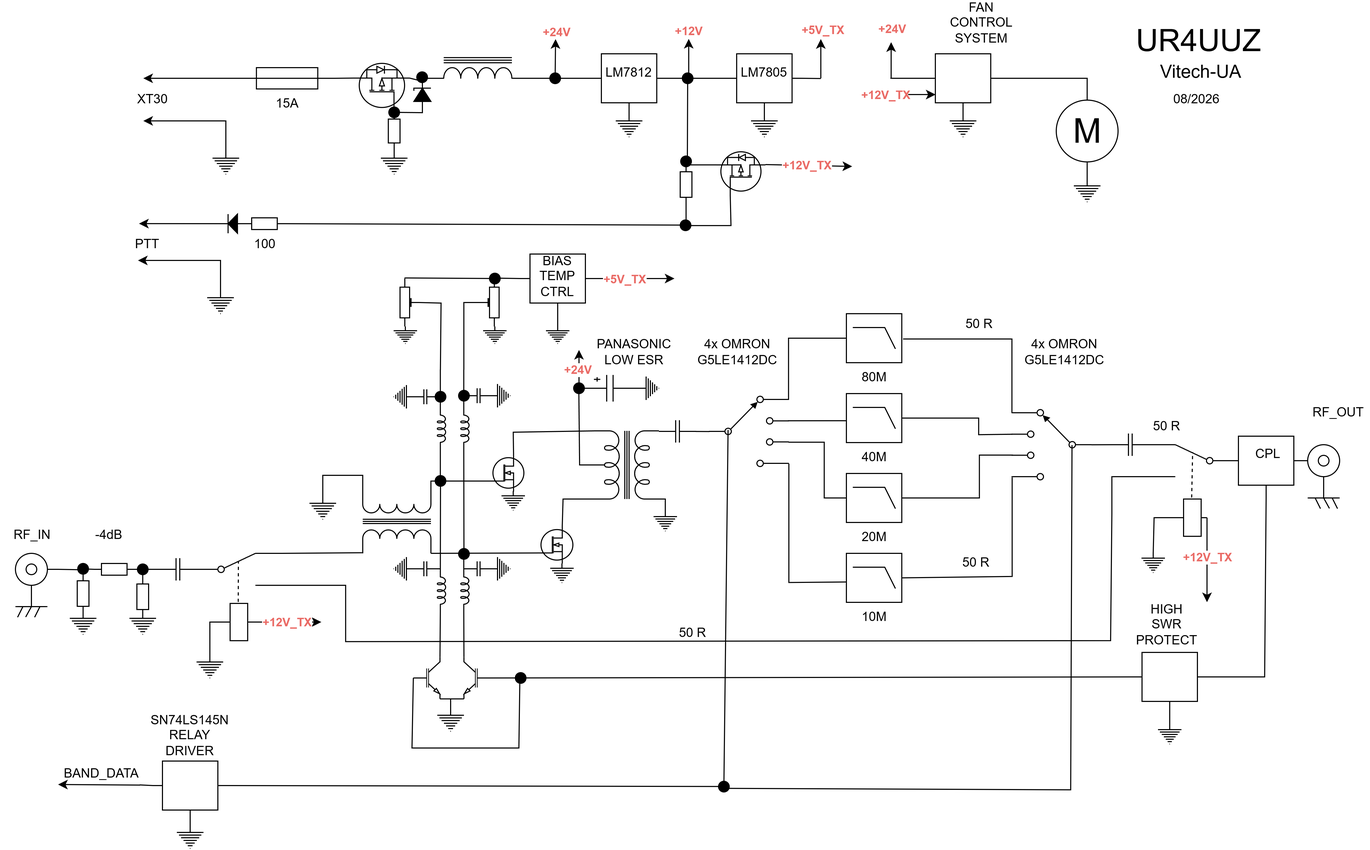
Vitech-UA/RF_AMPLIFIER_3..30MHz_MRF186 keeps this draw.io diagram as SOURCE/E4.png. Above is the earlier version. Source tidied: cells renumbered, new cells last; positions are measured from the earlier drawing's top-left corner, leaving out a move shared by most shapes.
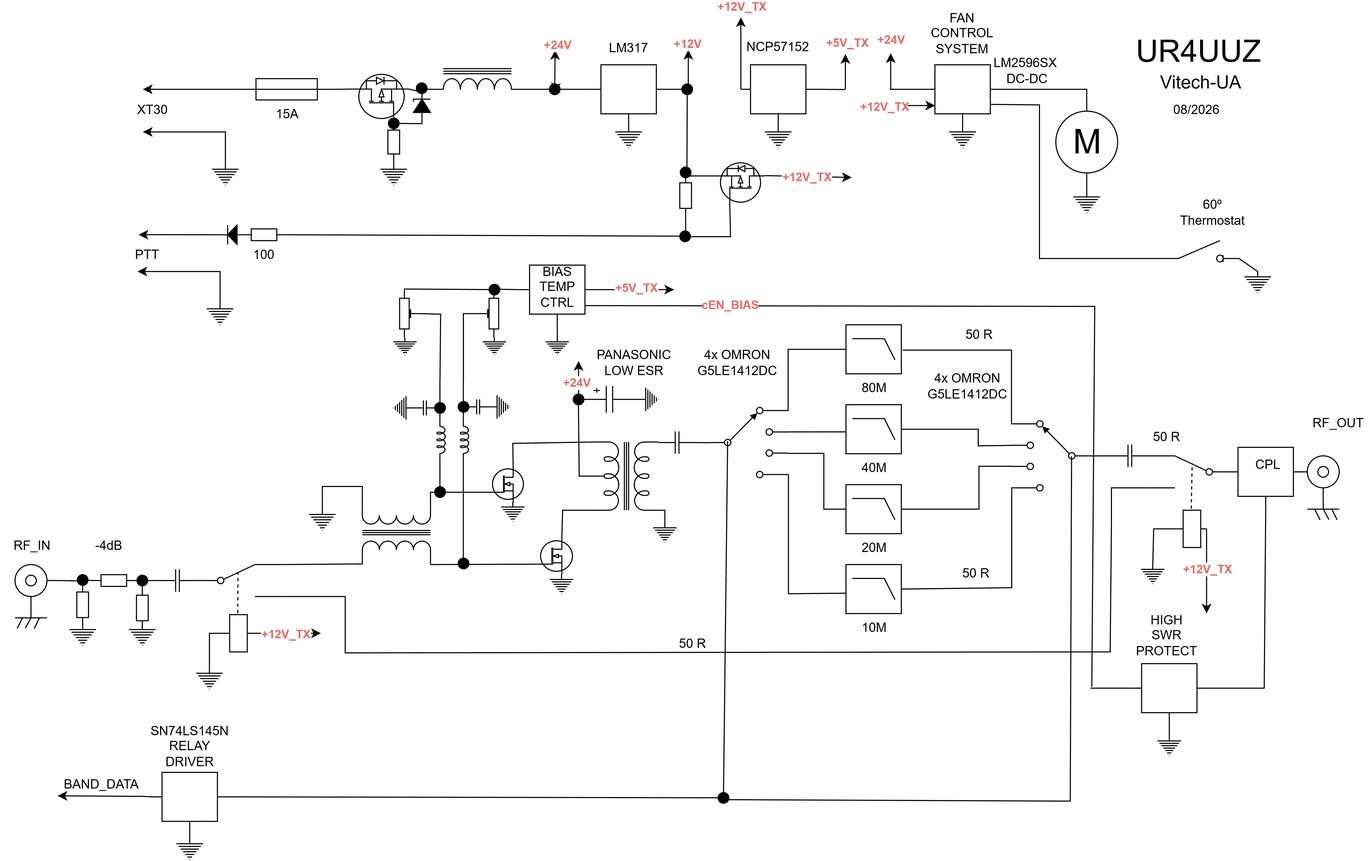
Later version of the same file.

Change to the diagram source:
```diff
@@ -70,8 +70,8 @@
     </mxCell>
     <mxCell id="21" style="endArrow=classic;html=1;rounded=0;" parent="1" edge="1">
       <mxGeometry relative="1" as="geometry">
-        <mxPoint x="770" y="67" as="sourcePoint" />
-        <mxPoint x="770" y="30.2" as="targetPoint" />
+        <mxPoint x="793.4" y="67" as="sourcePoint" />
+        <mxPoint x="793.4" y="33.9" as="targetPoint" />
       </mxGeometry>
     </mxCell>
     <mxCell id="22" value="+5V_TX" style="edgeLabel;html=1;align=center;verticalAlign=middle;fontColor=#EA6B66;fontStyle=1;" parent="21" vertex="1">
@@ -87,22 +87,17 @@
     <mxCell id="24" style="verticalLabelPosition=bottom;shadow=0;dashed=0;align=center;html=1;verticalAlign=top;shape=mxgraph.electrical.signal_sources.protective_earth;" parent="1" vertex="1">
       <mxGeometry x="577.5" y="102" width="25" height="20" as="geometry" />
     </mxCell>
-    <mxCell id="25" value="LM7812" style="text;html=1;whiteSpace=wrap;strokeColor=none;fillColor=none;align=center;verticalAlign=middle;rounded=0;" parent="1" vertex="1">
-      <mxGeometry x="560" y="47" width="60" height="30" as="geometry" />
+    <mxCell id="25" value="LM317" style="text;html=1;whiteSpace=wrap;strokeColor=none;fillColor=none;align=center;verticalAlign=middle;rounded=0;" parent="1" vertex="1">
+      <mxGeometry x="560" y="14" width="60" height="30" as="geometry" />
     </mxCell>
     <mxCell id="26" style="verticalLabelPosition=bottom;shadow=0;dashed=0;align=center;html=1;verticalAlign=top;shape=mxgraph.electrical.abstract.voltage_regulator;" parent="1" vertex="1">
-      <mxGeometry x="682" y="44" width="70" height="58" as="geometry" />
+      <mxGeometry x="695.4" y="44" width="70" height="58" as="geometry" />
     </mxCell>
-    <mxCell id="27" style="endArrow=none;html=1;rounded=0;entryX=0;entryY=0.3966;entryDx=0;entryDy=0;entryPerimeter=0;" parent="1" edge="1" target="26">
-      <mxGeometry relative="1" as="geometry">
-        <mxPoint x="647" y="67" as="sourcePoint" />
-      </mxGeometry>
-    </mxCell>
     <mxCell id="28" style="verticalLabelPosition=bottom;shadow=0;dashed=0;align=center;html=1;verticalAlign=top;shape=mxgraph.electrical.signal_sources.protective_earth;" parent="1" vertex="1">
-      <mxGeometry x="704.5" y="102" width="25" height="20" as="geometry" />
+      <mxGeometry x="717.9" y="102" width="25" height="20" as="geometry" />
     </mxCell>
-    <mxCell id="29" value="LM7805" style="text;html=1;whiteSpace=wrap;strokeColor=none;fillColor=none;align=center;verticalAlign=middle;rounded=0;" parent="1" vertex="1">
-      <mxGeometry x="687" y="47" width="60" height="30" as="geometry" />
+    <mxCell id="29" value="NCP57152&lt;div&gt;&lt;br&gt;&lt;/div&gt;" style="text;html=1;whiteSpace=wrap;strokeColor=none;fillColor=none;align=center;verticalAlign=middle;rounded=0;" parent="1" vertex="1">
+      <mxGeometry x="700.4" y="20" width="60" height="30" as="geometry" />
     </mxCell>
     <mxCell id="30" style="endArrow=classic;html=1;rounded=0;" parent="1" edge="1">
       <mxGeometry relative="1" as="geometry">
@@ -117,7 +112,7 @@
     </mxCell>
     <mxCell id="32" style="endArrow=none;html=1;rounded=0;exitX=1;exitY=0.3966;exitDx=0;exitDy=0;exitPerimeter=0;" parent="1" edge="1" source="26">
       <mxGeometry relative="1" as="geometry">
-        <mxPoint x="770" y="67.2" as="targetPoint" />
+        <mxPoint x="793.2" y="67.2" as="targetPoint" />
       </mxGeometry>
     </mxCell>
     <mxCell id="33" value="PTT" style="text;html=1;whiteSpace=wrap;strokeColor=none;fillColor=none;align=center;verticalAlign=middle;rounded=0;" parent="1" vertex="1">
@@ -478,9 +473,6 @@
         <mxPoint x="412.8" y="444.9" as="sourcePoint" />
       </mxGeometry>
     </mxCell>
-    <mxCell id="114" style="endArrow=none;html=1;rounded=0;entryX=1;entryY=0.6446;entryDx=0;entryDy=0;entryPerimeter=0;" parent="1" edge="1" source="174" target="112">
-      <mxGeometry relative="1" as="geometry" />
-    </mxCell>
     <mxCell id="115" style="verticalLabelPosition=bottom;shadow=0;dashed=0;align=center;html=1;verticalAlign=top;shape=mxgraph.electrical.capacitors.capacitor_1;" parent="1" vertex="1">
       <mxGeometry x="385" y="359" width="27.5" height="14" as="geometry" />
     </mxCell>
@@ -534,57 +526,11 @@
         </Array>
       </mxGeometry>
     </mxCell>
-    <mxCell id="128" style="verticalLabelPosition=bottom;shadow=0;dashed=0;align=center;html=1;verticalAlign=top;shape=mxgraph.electrical.inductors.inductor_5;direction=south;" parent="1" vertex="1">
-      <mxGeometry x="432" y="528" width="8" height="40" as="geometry" />
-    </mxCell>
-    <mxCell id="129" style="verticalLabelPosition=bottom;shadow=0;dashed=0;align=center;html=1;verticalAlign=top;shape=mxgraph.electrical.inductors.inductor_5;direction=south;" parent="1" vertex="1">
-      <mxGeometry x="410" y="528" width="8" height="40" as="geometry" />
-    </mxCell>
     <mxCell id="130" style="endArrow=none;html=1;rounded=0;exitX=0;exitY=0.6446;exitDx=0;exitDy=0;exitPerimeter=0;" parent="1" edge="1" source="172">
       <mxGeometry relative="1" as="geometry">
         <mxPoint x="412.8" y="444.8" as="targetPoint" />
       </mxGeometry>
     </mxCell>
-    <mxCell id="131" style="endArrow=none;html=1;rounded=0;exitX=0;exitY=0.6446;exitDx=0;exitDy=0;exitPerimeter=0;" parent="1" edge="1" source="128">
-      <mxGeometry relative="1" as="geometry">
-        <mxPoint x="434.8" y="511.2" as="targetPoint" />
-      </mxGeometry>
-    </mxCell>
-    <mxCell id="132" style="verticalLabelPosition=bottom;shadow=0;dashed=0;align=center;html=1;verticalAlign=top;shape=mxgraph.electrical.capacitors.capacitor_1;" parent="1" vertex="1">
-      <mxGeometry x="385" y="520.5" width="27.5" height="14" as="geometry" />
-    </mxCell>
-    <mxCell id="133" style="verticalLabelPosition=bottom;shadow=0;dashed=0;align=center;html=1;verticalAlign=top;shape=mxgraph.electrical.signal_sources.protective_earth;rotation=90;direction=east;" parent="1" vertex="1">
-      <mxGeometry x="366" y="519.5" width="22" height="16" as="geometry" />
-    </mxCell>
-    <mxCell id="134" style="verticalLabelPosition=bottom;shadow=0;dashed=0;align=center;html=1;verticalAlign=top;shape=mxgraph.electrical.capacitors.capacitor_1;direction=west;" parent="1" vertex="1">
-      <mxGeometry x="435" y="520.5" width="27.5" height="14" as="geometry" />
-    </mxCell>
-    <mxCell id="135" style="verticalLabelPosition=bottom;shadow=0;dashed=0;align=center;html=1;verticalAlign=top;shape=mxgraph.electrical.signal_sources.protective_earth;rotation=90;direction=west;" parent="1" vertex="1">
-      <mxGeometry x="459.5" y="519.5" width="22" height="16" as="geometry" />
-    </mxCell>
-    <mxCell id="136" style="verticalLabelPosition=bottom;shadow=0;dashed=0;align=center;html=1;verticalAlign=top;shape=mxgraph.electrical.transistors.nigbt;" parent="1" vertex="1">
-      <mxGeometry x="387.5" y="610" width="25" height="40" as="geometry" />
-    </mxCell>
-    <mxCell id="137" style="verticalLabelPosition=bottom;shadow=0;dashed=0;align=center;html=1;verticalAlign=top;shape=mxgraph.electrical.transistors.nigbt;flipH=1;" parent="1" vertex="1">
-      <mxGeometry x="435" y="610" width="25" height="40" as="geometry" />
-    </mxCell>
-    <mxCell id="138" style="endArrow=none;html=1;rounded=0;entryX=1;entryY=0.6446;entryDx=0;entryDy=0;entryPerimeter=0;exitX=1;exitY=0;exitDx=0;exitDy=0;exitPerimeter=0;" parent="1" edge="1" source="136" target="129">
-      <mxGeometry relative="1" as="geometry" />
-    </mxCell>
-    <mxCell id="139" style="endArrow=none;html=1;rounded=0;entryX=1;entryY=0.6446;entryDx=0;entryDy=0;entryPerimeter=0;exitX=1;exitY=0;exitDx=0;exitDy=0;exitPerimeter=0;" parent="1" edge="1" source="137" target="128">
-      <mxGeometry relative="1" as="geometry" />
-    </mxCell>
-    <mxCell id="140" style="verticalLabelPosition=bottom;shadow=0;dashed=0;align=center;html=1;verticalAlign=top;shape=mxgraph.electrical.signal_sources.protective_earth;" parent="1" vertex="1">
-      <mxGeometry x="410" y="660" width="25" height="20" as="geometry" />
-    </mxCell>
-    <mxCell id="141" style="endArrow=none;html=1;rounded=0;exitX=1;exitY=1;exitDx=0;exitDy=0;exitPerimeter=0;entryX=1;entryY=1;entryDx=0;entryDy=0;entryPerimeter=0;" parent="1" edge="1" source="136" target="137">
-      <mxGeometry relative="1" as="geometry" />
-    </mxCell>
-    <mxCell id="142" style="endArrow=none;html=1;rounded=0;exitX=0.5;exitY=0;exitDx=0;exitDy=0;exitPerimeter=0;" parent="1" edge="1" source="140">
-      <mxGeometry relative="1" as="geometry">
-        <mxPoint x="422.5" y="649.2" as="targetPoint" />
-      </mxGeometry>
-    </mxCell>
     <mxCell id="143" style="endArrow=none;html=1;rounded=0;entryX=0.5;entryY=1;entryDx=0;entryDy=0;entryPerimeter=0;exitX=1;exitY=0.3966;exitDx=0;exitDy=0;exitPerimeter=0;" parent="1" edge="1" source="109" target="106">
       <mxGeometry relative="1" as="geometry">
         <Array as="points">
@@ -598,18 +544,6 @@
     <mxCell id="145" style="endArrow=none;html=1;rounded=0;exitX=0.5;exitY=0;exitDx=0;exitDy=0;exitPerimeter=0;entryX=0.5;entryY=1;entryDx=0;entryDy=0;entryPerimeter=0;" parent="1" edge="1" source="144" target="109">
       <mxGeometry relative="1" as="geometry" />
     </mxCell>
-    <mxCell id="146" style="endArrow=none;html=1;rounded=0;entryX=0;entryY=0.3966;entryDx=0;entryDy=0;entryPerimeter=0;exitX=0;exitY=0.5;exitDx=0;exitDy=0;exitPerimeter=0;" parent="1" edge="1" source="137" target="109">
-      <mxGeometry relative="1" as="geometry" />
-    </mxCell>
-    <mxCell id="147" style="endArrow=none;html=1;rounded=0;exitX=0;exitY=0.5;exitDx=0;exitDy=0;exitPerimeter=0;" parent="1" edge="1" source="136">
-      <mxGeometry relative="1" as="geometry">
-        <mxPoint x="487.5" y="630.8" as="targetPoint" />
-        <Array as="points">
-          <mxPoint x="386.2" y="695.7" />
-          <mxPoint x="486.6" y="695.7" />
-        </Array>
-      </mxGeometry>
-    </mxCell>
     <mxCell id="148" value=" " style="verticalLabelPosition=bottom;shadow=0;dashed=0;align=center;html=1;verticalAlign=top;shape=mxgraph.electrical.resistors.resistor_1;direction=south;" parent="1" vertex="1">
       <mxGeometry x="72" y="532" width="11" height="37.5" as="geometry" />
     </mxCell>
@@ -687,23 +621,9 @@
     <mxCell id="170" style="ellipse;shape=doubleEllipse;whiteSpace=wrap;html=1;strokeWidth=5;" parent="1" vertex="1">
       <mxGeometry x="540" y="355" width="6" height="6" as="geometry" />
     </mxCell>
-    <mxCell id="171" style="endArrow=none;html=1;rounded=0;exitX=0;exitY=0.6446;exitDx=0;exitDy=0;exitPerimeter=0;" parent="1" edge="1" source="129" target="172">
-      <mxGeometry relative="1" as="geometry" />
-    </mxCell>
     <mxCell id="172" style="ellipse;shape=doubleEllipse;whiteSpace=wrap;html=1;strokeWidth=5;" parent="1" vertex="1">
       <mxGeometry x="410" y="442" width="6" height="6" as="geometry" />
     </mxCell>
-    <mxCell id="173" style="endArrow=none;html=1;rounded=0;entryX=1;entryY=0.6446;entryDx=0;entryDy=0;entryPerimeter=0;" parent="1" edge="1" target="174">
-      <mxGeometry relative="1" as="geometry">
-        <mxPoint x="434.8" y="512.3" as="sourcePoint" />
-      </mxGeometry>
-    </mxCell>
-    <mxCell id="174" style="ellipse;shape=doubleEllipse;whiteSpace=wrap;html=1;strokeWidth=5;" parent="1" vertex="1">
-      <mxGeometry x="432" y="510.5" width="6" height="6" as="geometry" />
-    </mxCell>
-    <mxCell id="175" style="ellipse;shape=doubleEllipse;whiteSpace=wrap;html=1;strokeWidth=5;" parent="1" vertex="1">
-      <mxGeometry x="485.2" y="627" width="6" height="6" as="geometry" />
-    </mxCell>
     <mxCell id="176" style="endArrow=none;html=1;rounded=0;entryX=0;entryY=0.5;entryDx=0;entryDy=0;entryPerimeter=0;exitX=0;exitY=0.5;exitDx=0;exitDy=0;exitPerimeter=0;" parent="1" edge="1" source="150" target="177">
       <mxGeometry relative="1" as="geometry" />
     </mxCell>
@@ -763,7 +683,7 @@
       </mxGeometry>
     </mxCell>
     <mxCell id="191" value="FAN&lt;div&gt;CONTROL&lt;/div&gt;&lt;div&gt;SYSTEM&lt;/div&gt;" style="text;html=1;whiteSpace=wrap;strokeColor=none;fillColor=none;align=center;verticalAlign=middle;rounded=0;" parent="1" vertex="1">
-      <mxGeometry x="891" width="60" height="30" as="geometry" />
+      <mxGeometry x="873.5" width="60" height="30" as="geometry" />
     </mxCell>
     <mxCell id="192" style="endArrow=classic;html=1;rounded=0;" parent="1" edge="1">
       <mxGeometry relative="1" as="geometry">
@@ -785,7 +705,7 @@
       <mxGeometry x="662" y="309" width="60" height="30" as="geometry" />
     </mxCell>
     <mxCell id="196" value="4x OMRON&lt;div&gt;G5LE1412DC&lt;/div&gt;" style="text;html=1;whiteSpace=wrap;strokeColor=none;fillColor=none;align=center;verticalAlign=middle;rounded=0;" parent="1" vertex="1">
-      <mxGeometry x="969" y="309" width="60" height="30" as="geometry" />
+      <mxGeometry x="878.5" y="331" width="60" height="30" as="geometry" />
     </mxCell>
     <mxCell id="197" value="PANASONIC&lt;div&gt;LOW ESR&lt;/div&gt;" style="text;html=1;whiteSpace=wrap;strokeColor=none;fillColor=none;align=center;verticalAlign=middle;rounded=0;" parent="1" vertex="1">
       <mxGeometry x="565" y="309" width="60" height="30" as="geometry" />
@@ -866,7 +786,7 @@
     </mxCell>
     <mxCell id="218" value="+5V_TX" style="edgeLabel;html=1;align=center;verticalAlign=middle;fontColor=#EA6B66;fontStyle=1;" parent="217" vertex="1">
       <mxGeometry x="0.49" y="-1" relative="1" as="geometry">
-        <mxPoint x="-29" y="-1" as="offset" />
+        <mxPoint x="-17" y="-3" as="offset" />
       </mxGeometry>
     </mxCell>
     <mxCell id="219" value="BIAS&lt;div&gt;TEMP&lt;/div&gt;&lt;div&gt;CTRL&lt;/div&gt;" style="text;html=1;whiteSpace=wrap;strokeColor=none;fillColor=none;align=center;verticalAlign=middle;rounded=0;" parent="1" vertex="1">
@@ -884,5 +804,76 @@
     <mxCell id="223" value="08/2026" style="text;html=1;whiteSpace=wrap;strokeColor=none;fillColor=none;align=center;verticalAlign=middle;rounded=0;" parent="1" vertex="1">
       <mxGeometry x="1093" y="72" width="60" height="30" as="geometry" />
     </mxCell>
+    <mxCell id="224" style="endArrow=none;html=1;rounded=0;entryX=1;entryY=0.6446;entryDx=0;entryDy=0;entryPerimeter=0;" parent="1" edge="1" target="112">
+      <mxGeometry relative="1" as="geometry">
+        <mxPoint x="434.8" y="512.2" as="sourcePoint" />
+      </mxGeometry>
+    </mxCell>
+    <mxCell id="225" style="ellipse;shape=doubleEllipse;whiteSpace=wrap;html=1;strokeWidth=5;" parent="1" vertex="1">
+      <mxGeometry x="432" y="509" width="6" height="6" as="geometry" />
+    </mxCell>
+    <mxCell id="226" style="endArrow=none;html=1;rounded=0;entryX=0;entryY=0.3966;entryDx=0;entryDy=0;entryPerimeter=0;" parent="1" edge="1" target="109">
+      <mxGeometry relative="1" as="geometry">
+        <mxPoint x="1023.5" y="629" as="sourcePoint" />
+      </mxGeometry>
+    </mxCell>
+    <mxCell id="227" style="endArrow=none;html=1;rounded=0;" parent="1" edge="1">
+      <mxGeometry relative="1" as="geometry">
+        <mxPoint x="1024.8" y="627.8" as="sourcePoint" />
+        <mxPoint x="1027.5" y="270.8" as="targetPoint" />
+      </mxGeometry>
+    </mxCell>
+    <mxCell id="228" style="endArrow=none;html=1;rounded=0;exitX=0.875;exitY=0.655;exitDx=0;exitDy=0;exitPerimeter=0;" parent="1" edge="1" source="210">
+      <mxGeometry relative="1" as="geometry">
+        <mxPoint x="1027.9" y="270.8" as="targetPoint" />
+      </mxGeometry>
+    </mxCell>
+    <mxCell id="229" value="cEN_BIAS" style="edgeLabel;html=1;align=center;verticalAlign=middle;fontColor=#EA6B66;fontStyle=1;" parent="1" vertex="1">
+      <mxGeometry x="765" y="194.5" as="geometry">
+        <mxPoint x="-80" y="74" as="offset" />
+      </mxGeometry>
+    </mxCell>
+    <mxCell id="230" value="LM2596SX&amp;nbsp;&lt;div&gt;DC-DC&lt;/div&gt;" style="text;html=1;whiteSpace=wrap;strokeColor=none;fillColor=none;align=center;verticalAlign=middle;rounded=0;" parent="1" vertex="1">
+      <mxGeometry x="934" y="35" width="60" height="30" as="geometry" />
+    </mxCell>
+    <mxCell id="231" style="html=1;shape=mxgraph.electrical.electro-mechanical.switchDisconnector;elSwitchState=off;" parent="1" vertex="1">
+      <mxGeometry x="1088" y="209" width="75" height="20" as="geometry" />
+    </mxCell>
+    <mxCell id="232" style="verticalLabelPosition=bottom;shadow=0;dashed=0;align=center;html=1;verticalAlign=top;shape=mxgraph.electrical.signal_sources.protective_earth;" parent="1" vertex="1">
+      <mxGeometry x="1168" y="238" width="25" height="20" as="geometry" />
+    </mxCell>
+    <mxCell id="233" style="endArrow=none;html=1;rounded=0;entryX=0.5;entryY=0;entryDx=0;entryDy=0;entryPerimeter=0;exitX=1;exitY=0.84;exitDx=0;exitDy=0;" parent="1" edge="1" source="231" target="232">
+      <mxGeometry relative="1" as="geometry" />
+    </mxCell>
+    <mxCell id="234" style="endArrow=none;html=1;rounded=0;entryX=0;entryY=0.84;entryDx=0;entryDy=0;" parent="1" edge="1" target="231">
+      <mxGeometry relative="1" as="geometry">
+        <mxPoint x="975.1" y="225.8" as="sourcePoint" />
+      </mxGeometry>
+    </mxCell>
+    <mxCell id="235" style="endArrow=none;html=1;rounded=0;" parent="1" edge="1">
+      <mxGeometry relative="1" as="geometry">
+        <mxPoint x="975.6" y="225.3" as="sourcePoint" />
+        <mxPoint x="975.6" y="81.6" as="targetPoint" />
+      </mxGeometry>
+    </mxCell>
+    <mxCell id="236" style="endArrow=none;html=1;rounded=0;exitX=0.874;exitY=0.641;exitDx=0;exitDy=0;exitPerimeter=0;" parent="1" edge="1" source="183">
+      <mxGeometry relative="1" as="geometry">
+        <mxPoint x="976" y="81.6" as="targetPoint" />
+      </mxGeometry>
+    </mxCell>
+    <mxCell id="237" value="60º&lt;div&gt;Thermostat&lt;/div&gt;" style="text;html=1;whiteSpace=wrap;strokeColor=none;fillColor=none;align=center;verticalAlign=middle;rounded=0;" parent="1" vertex="1">
+      <mxGeometry x="1108.5" y="168" width="60" height="30" as="geometry" />
+    </mxCell>
+    <mxCell id="238" value=" " style="endArrow=classic;html=1;rounded=0;" parent="1" edge="1">
+      <mxGeometry relative="1" as="geometry">
+        <mxPoint x="695.3" y="67" as="sourcePoint" />
+        <mxPoint x="695.3" y="-0.5" as="targetPoint" />
+      </mxGeometry>
+    </mxCell>
+    <mxCell id="239" value="+12V_TX" style="edgeLabel;html=1;align=center;verticalAlign=middle;fontColor=#EA6B66;fontStyle=1;" parent="238" vertex="1">
+      <mxGeometry x="-0.04" relative="1" as="geometry">
+        <mxPoint y="-45" as="offset" />
+      </mxGeometry>
+    </mxCell>
   </root>
 </mxGraphModel>
```
